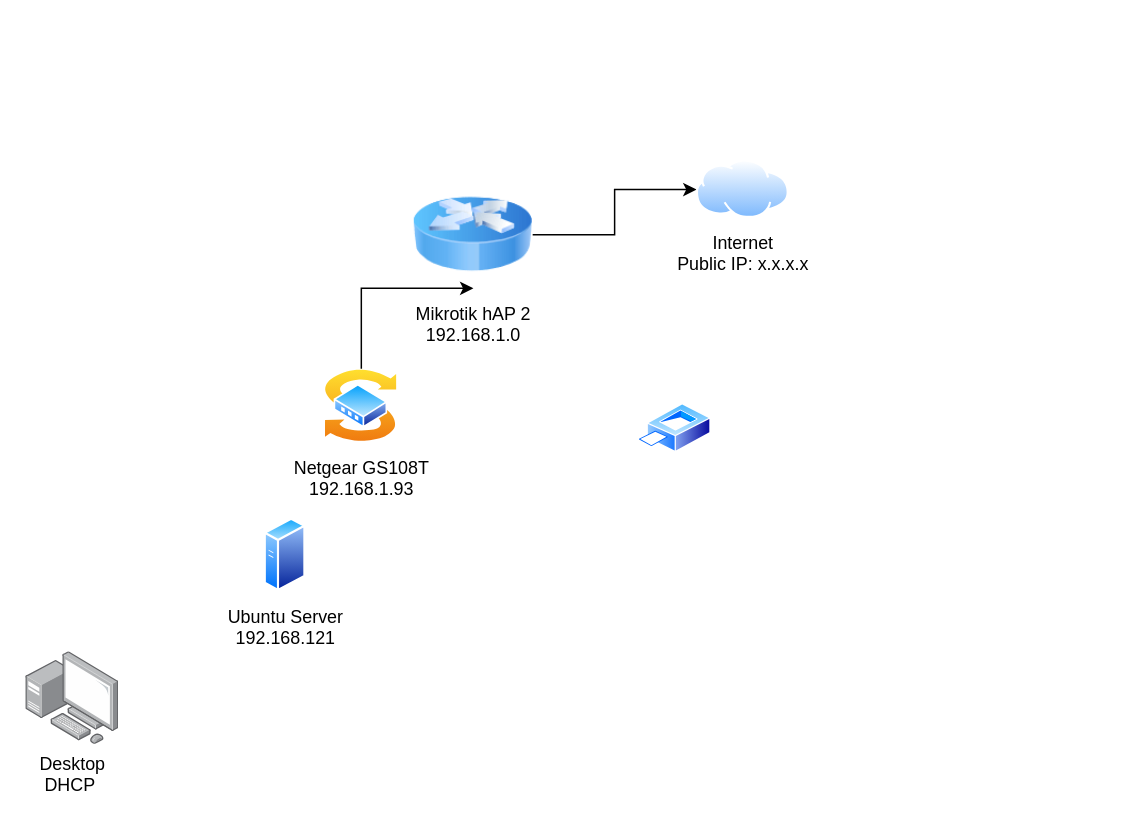
GGus99/homelab-security-stack keeps this draw.io diagram as Homelab.drawio. Above is the earlier version. Source tidied: cells renumbered, new cells numbered last; positions are measured from the earlier drawing's top-left corner, leaving out a move shared by most shapes. Both pictures are drawn from the tidied source at 149%, with x=0, y=0 at pixel (25, 159).
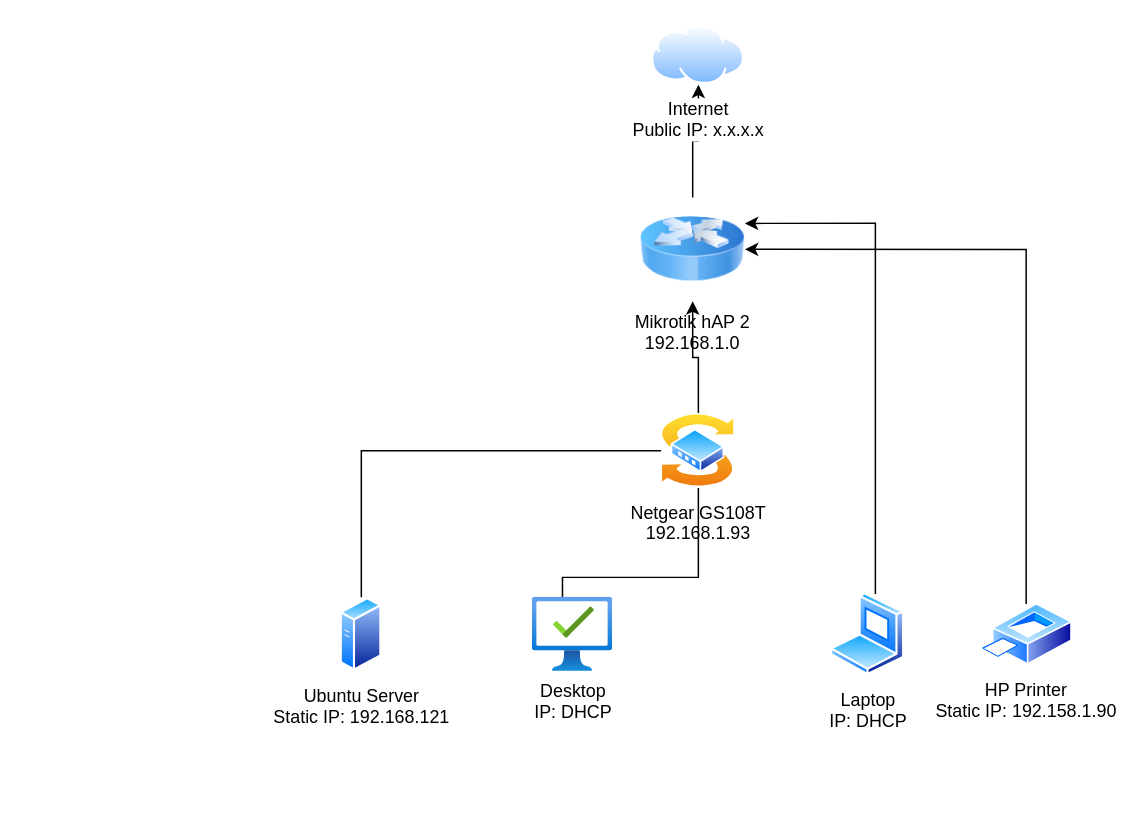
The same diagram, later.

Commit message:
Updated Layout and IP addresses Homelab.drawio

Change to the diagram source:
```diff
@@
 <mxGraphModel>
   <root>
     <mxCell id="0" />
     <mxCell id="1" parent="0" />
     <mxCell id="2" style="edgeStyle=orthogonalEdgeStyle;rounded=0;jettySize=auto;html=1;defaultLabelBackgroundColor=page;" parent="1" edge="1" source="3" target="8">
       <mxGeometry x="-0.49" relative="1" as="geometry" />
     </mxCell>
     <mxCell id="3" value="Mikrotik hAP 2&lt;div&gt;192.168.1.0&lt;/div&gt;" style="image;html=1;image=img/lib/clip_art/networking/Router_Icon_128x128.png;labelPerimeter=1;" parent="1" vertex="1">
-      <mxGeometry x="260" y="10" width="80" height="80" as="geometry" />
+      <mxGeometry x="412.4" y="25" width="70" height="69.7" as="geometry" />
     </mxCell>
+    <mxCell id="10" style="edgeStyle=orthogonalEdgeStyle;rounded=0;jettySize=auto;html=1;defaultLabelBackgroundColor=page;shape=filledEdge;startArrow=none;startFill=0;endArrow=none;endFill=0;" parent="1" edge="1" source="4" target="5">
+      <mxGeometry relative="1" as="geometry" />
+    </mxCell>
+    <mxCell id="9" style="edgeStyle=orthogonalEdgeStyle;rounded=0;jettySize=auto;html=1;entryX=0.5;entryY=1;entryDx=0;entryDy=0;defaultLabelBackgroundColor=page;" parent="1" edge="1" source="4" target="3">
+      <mxGeometry relative="1" as="geometry" />
+    </mxCell>
     <mxCell id="4" value="Netgear GS108T&lt;div&gt;192.168.1.93&lt;/div&gt;" style="image;perimeter=ellipsePerimeter;html=1;align=center;shadow=0;dashed=0;spacingTop=3;image=img/lib/active_directory/switch.svg;labelPerimeter=1;" parent="1" vertex="1">
-      <mxGeometry x="200" y="140" width="50" height="50" as="geometry" />
+      <mxGeometry x="426.2" y="170" width="50" height="50" as="geometry" />
     </mxCell>
-    <mxCell id="5" value="Ubuntu Server&lt;div&gt;192.168.121&lt;/div&gt;" style="image;perimeter=ellipsePerimeter;html=1;align=center;shadow=0;dashed=0;spacingTop=3;image=img/lib/active_directory/generic_server.svg;labelPerimeter=1;" parent="1" vertex="1">
-      <mxGeometry x="160" y="240" width="28" height="50" as="geometry" />
+    <mxCell id="5" value="Ubuntu Server&lt;div&gt;Static IP: 192.168.121&lt;/div&gt;" style="image;perimeter=ellipsePerimeter;html=1;align=center;shadow=0;dashed=0;spacingTop=3;image=img/lib/active_directory/generic_server.svg;labelPerimeter=1;" parent="1" vertex="1">
+      <mxGeometry x="211" y="293.4" width="28" height="50" as="geometry" />
     </mxCell>
-    <mxCell id="6" value="Desktop&lt;div&gt;DHCP&amp;nbsp;&lt;/div&gt;" style="image;html=1;align=center;shadow=0;dashed=0;image=img/lib/allied_telesis/computer_and_terminals/Personal_Computer_with_Server.svg;labelPerimeter=1;" parent="1" vertex="1">
-      <mxGeometry y="330" width="62.4" height="62.4" as="geometry" />
-    </mxCell>
+    <mxCell id="11" style="edgeStyle=orthogonalEdgeStyle;rounded=0;jettySize=auto;html=1;entryX=0.5;entryY=1;entryDx=0;entryDy=0;defaultLabelBackgroundColor=page;endArrow=none;endFill=0;exitX=0;exitY=0.5;exitDx=0;exitDy=0;exitPerimeter=0;" parent="1" edge="1" source="15" target="4">
+      <mxGeometry x="0.52" relative="1" as="geometry">
+        <Array as="points">
+          <mxPoint x="360" y="318.4" />
+          <mxPoint x="360" y="280" />
+          <mxPoint x="451.2" y="280" />
+        </Array>
+      </mxGeometry>
+    </mxCell>
+    <mxCell id="12" style="edgeStyle=orthogonalEdgeStyle;rounded=0;jettySize=auto;html=1;entryX=1;entryY=0.5;entryDx=0;entryDy=0;defaultLabelBackgroundColor=page;" parent="1" edge="1" source="7" target="3">
+      <mxGeometry x="0.05" relative="1" as="geometry">
+        <Array as="points">
+          <mxPoint x="671.2" y="59.8" />
+        </Array>
+      </mxGeometry>
+    </mxCell>
-    <mxCell id="7" style="image;perimeter=ellipsePerimeter;html=1;align=center;shadow=0;dashed=0;spacingTop=3;image=img/lib/active_directory/printer.svg;labelPerimeter=1;" parent="1" vertex="1">
-      <mxGeometry x="410" y="163.5" width="50" height="33" as="geometry" />
+    <mxCell id="7" value="HP Printer&lt;div&gt;Static IP: 192.158.1.90&lt;/div&gt;" style="image;perimeter=ellipsePerimeter;html=1;align=center;shadow=0;dashed=0;spacingTop=3;image=img/lib/active_directory/printer.svg;labelPerimeter=1;" parent="1" vertex="1">
+      <mxGeometry x="640" y="297.8" width="62.4" height="41.2" as="geometry" />
     </mxCell>
     <mxCell id="8" value="Internet&lt;div&gt;Public IP: x.x.x.x&lt;/div&gt;" style="image;perimeter=ellipsePerimeter;html=1;align=center;shadow=0;dashed=0;spacingTop=3;image=img/lib/active_directory/internet_cloud.svg;labelPerimeter=1;" parent="1" vertex="1">
-      <mxGeometry x="450" width="62.4" height="39.3" as="geometry" />
+      <mxGeometry x="420" y="-90" width="62.4" height="39.3" as="geometry" />
     </mxCell>
-    <mxCell id="9" style="edgeStyle=orthogonalEdgeStyle;rounded=0;jettySize=auto;html=1;entryX=0.503;entryY=0.95;entryDx=0;entryDy=0;entryPerimeter=0;defaultLabelBackgroundColor=page;" parent="1" edge="1" source="4" target="3">
-      <mxGeometry relative="1" as="geometry">
-        <Array as="points">
-          <mxPoint x="225" y="86" />
-        </Array>
-      </mxGeometry>
-    </mxCell>
+    <mxCell id="13" style="edgeStyle=orthogonalEdgeStyle;rounded=0;jettySize=auto;html=1;entryX=1;entryY=0.25;entryDx=0;entryDy=0;defaultLabelBackgroundColor=page;" parent="1" edge="1" source="14" target="3">
+      <mxGeometry relative="1" as="geometry">
+        <Array as="points">
+          <mxPoint x="570" y="42.4" />
+        </Array>
+      </mxGeometry>
+    </mxCell>
+    <mxCell id="14" value="Laptop&lt;div&gt;IP: DHCP&lt;/div&gt;" style="image;perimeter=ellipsePerimeter;html=1;align=center;shadow=0;dashed=0;spacingTop=3;image=img/lib/active_directory/laptop_client.svg;labelPerimeter=1;" parent="1" vertex="1">
+      <mxGeometry x="540" y="290.6" width="50" height="55.6" as="geometry" />
+    </mxCell>
+    <mxCell id="15" value="Desktop&lt;div&gt;IP: DHCP&lt;/div&gt;" style="image;html=1;align=center;fontSize=12;image=img/lib/azure2/management_governance/Managed_Desktop.svg;points=[[0.5,0.003,0],[0.5,0.997,0],[0,0.5,0],[1,0.5,0],[0.987,0.008,0],[0.75,0.997,0],[0.25,0.997,0],[0.013,0.008,0]];labelPerimeter=1;" parent="1" vertex="1">
+      <mxGeometry x="340" y="293.4" width="53.8" height="50" as="geometry" />
+    </mxCell>
   </root>
 </mxGraphModel>
```
